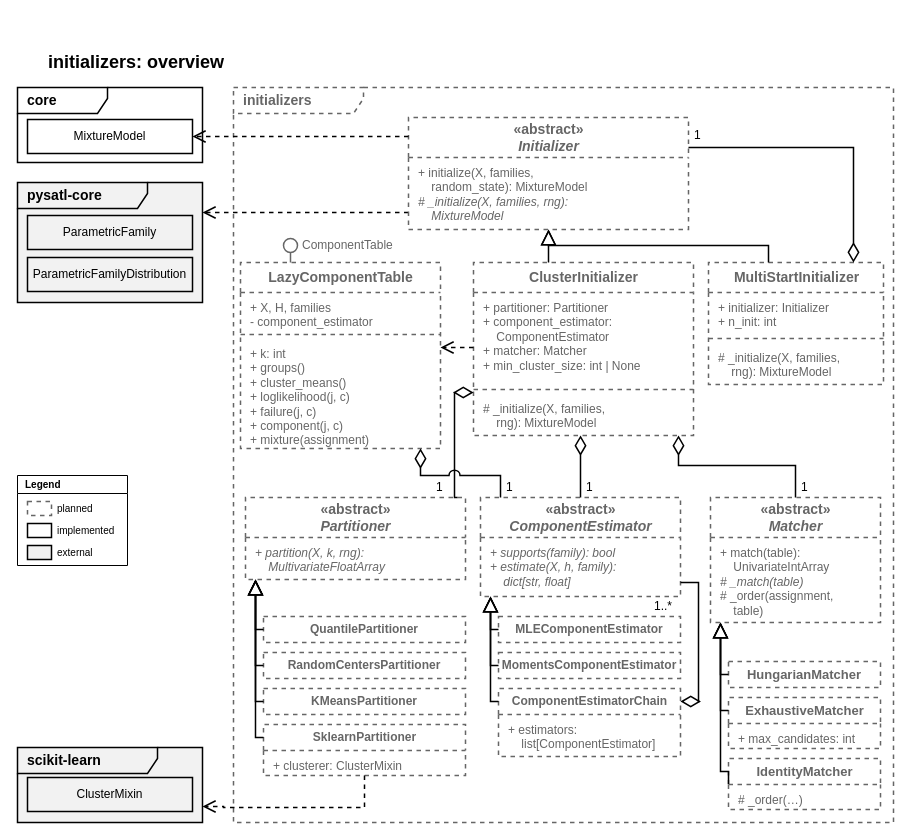
Earlier version of the draw.io diagram page "Overview" (1 of 8) of docs/source/design/modules/initializers/diagrams/initializers.drawio (PySATL/pysatl-mpest). Source tidied: cells renumbered, new cells numbered last; positions are measured from the earlier drawing's top-left corner, leaving out a move shared by most shapes. Both pictures are drawn from the tidied source at 100%, with x=0, y=0 at pixel (17, 47).
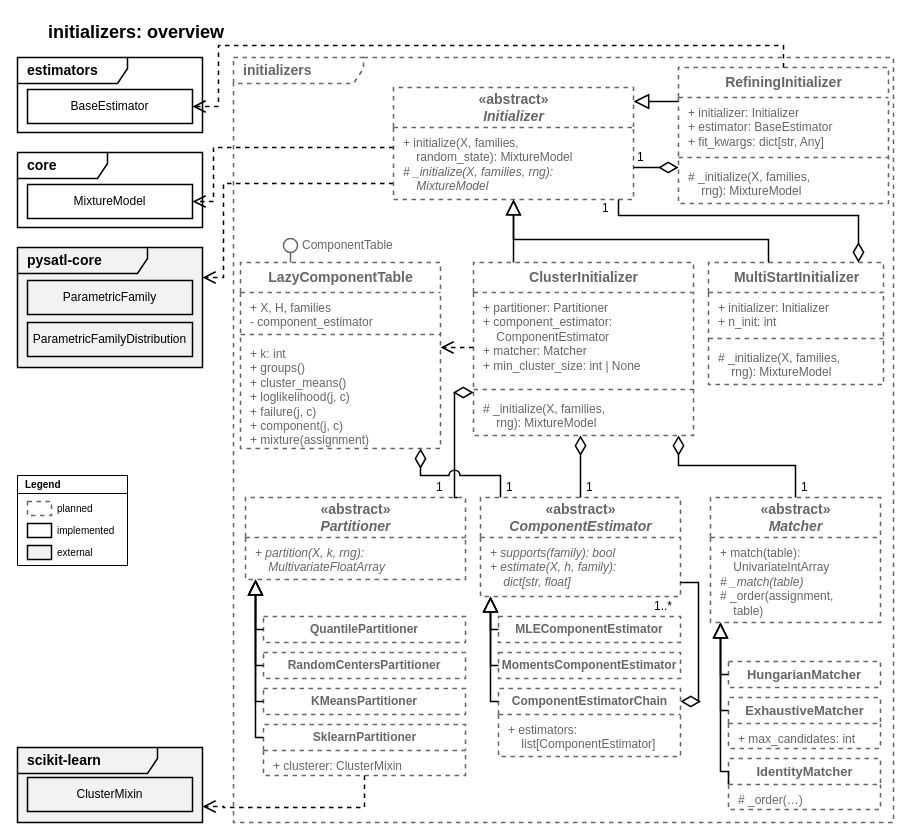
The same diagram, later.

Commit message (it also covers changes not shown here):
docs: add RefiningInitializer for multistart by the estimator result

Unchanged cells that the change refers to:
```xml
<mxCell id="13" value="ClusterInitializer" style="swimlane;fontStyle=1;align=center;verticalAlign=middle;startSize=30;horizontal=1;html=1;fillColor=#ffffff;swimlaneFillColor=#ffffff;strokeColor=#666666;strokeWidth=1.5;fontSize=14;fontFamily=Helvetica;fontColor=#666666;dashed=1;" parent="1" vertex="1">
  <mxGeometry x="456" y="215" width="220" height="173" as="geometry" />
</mxCell>
<mxCell id="18" value="MultiStartInitializer" style="swimlane;fontStyle=1;align=center;verticalAlign=middle;startSize=30;horizontal=1;html=1;fillColor=#ffffff;swimlaneFillColor=#ffffff;strokeColor=#666666;strokeWidth=1.5;fontSize=14;fontFamily=Helvetica;fontColor=#666666;dashed=1;" parent="1" vertex="1">
  <mxGeometry x="691" y="215" width="175" height="122" as="geometry" />
</mxCell>
```

Change to the diagram source:
```diff
@@
     <mxCell id="2" value="initializers: overview" style="text;html=1;align=left;verticalAlign=top;whiteSpace=wrap;spacing=0;fontSize=18;fontStyle=1;fontFamily=Helvetica;fontColor=#000000;" parent="1" vertex="1">
-      <mxGeometry x="31" width="400" height="24" as="geometry" />
+      <mxGeometry x="31" y="-30" width="400" height="24" as="geometry" />
     </mxCell>
     <mxCell id="3" value="core" style="shape=umlFrame;whiteSpace=wrap;html=1;width=90;height=26;boundedLbl=1;verticalAlign=middle;align=left;spacingLeft=8;strokeColor=#000000;strokeWidth=1.5;fontSize=14;fontStyle=1;fontFamily=Helvetica;fontColor=#000000;fillColor=#ffffff;" parent="1" vertex="1">
-      <mxGeometry y="40" width="185" height="75" as="geometry" />
+      <mxGeometry y="105" width="185" height="75" as="geometry" />
     </mxCell>
     <mxCell id="4" value="MixtureModel" style="rounded=0;whiteSpace=wrap;html=1;fillColor=#ffffff;strokeColor=#000000;strokeWidth=1.5;fontSize=12;fontFamily=Helvetica;fontColor=#000000;" parent="1" vertex="1">
-      <mxGeometry x="10" y="72" width="165" height="34" as="geometry" />
+      <mxGeometry x="10" y="137" width="165" height="34" as="geometry" />
     </mxCell>
     <mxCell id="5" value="pysatl-core" style="shape=umlFrame;whiteSpace=wrap;html=1;width=130;height=26;boundedLbl=1;verticalAlign=middle;align=left;spacingLeft=8;strokeColor=#000000;strokeWidth=1.5;fontSize=14;fontStyle=1;fontFamily=Helvetica;fontColor=#000000;fillColor=#F2F2F2;swimlaneFillColor=#F2F2F2;" parent="1" vertex="1">
-      <mxGeometry y="135" width="185" height="120" as="geometry" />
+      <mxGeometry y="200" width="185" height="120" as="geometry" />
     </mxCell>
     <mxCell id="6" value="ParametricFamily" style="rounded=0;whiteSpace=wrap;html=1;fillColor=#F2F2F2;strokeColor=#000000;strokeWidth=1.5;fontSize=12;fontFamily=Helvetica;fontColor=#000000;" parent="1" vertex="1">
-      <mxGeometry x="10" y="168" width="165" height="34" as="geometry" />
+      <mxGeometry x="10" y="233" width="165" height="34" as="geometry" />
     </mxCell>
     <mxCell id="7" value="ParametricFamilyDistribution" style="rounded=0;whiteSpace=wrap;html=1;fillColor=#F2F2F2;strokeColor=#000000;strokeWidth=1.5;fontSize=12;fontFamily=Helvetica;fontColor=#000000;" parent="1" vertex="1">
-      <mxGeometry x="10" y="210" width="165" height="34" as="geometry" />
+      <mxGeometry x="10" y="275" width="165" height="34" as="geometry" />
     </mxCell>
     <mxCell id="8" value="initializers" style="shape=umlFrame;whiteSpace=wrap;html=1;width=130;height=26;boundedLbl=1;verticalAlign=middle;align=left;spacingLeft=8;strokeColor=#666666;strokeWidth=1.5;fontSize=14;fontStyle=1;fontFamily=Helvetica;fontColor=#666666;dashed=1;fillColor=#ffffff;" parent="1" vertex="1">
-      <mxGeometry x="216" y="40" width="660" height="735" as="geometry" />
+      <mxGeometry x="216" y="10" width="660" height="765" as="geometry" />
     </mxCell>
-    <mxCell id="9" style="edgeStyle=orthogonalEdgeStyle;rounded=0;jettySize=auto;html=1;defaultLabelBackgroundColor=page;endSize=10;endArrow=open;endFill=0;strokeWidth=1.5;dashed=1;exitX=0;exitY=0.848;exitPerimeter=0;entryX=1;entryY=0.25;entryPerimeter=0;strokeColor=#000000;" parent="1" edge="1" source="10" target="5">
-      <mxGeometry relative="1" as="geometry" />
+    <mxCell id="9" style="edgeStyle=orthogonalEdgeStyle;rounded=0;jettySize=auto;html=1;defaultLabelBackgroundColor=page;endSize=10;endArrow=open;endFill=0;strokeWidth=1.5;dashed=1;exitX=0;exitY=0.8571;exitPerimeter=0;entryX=1;entryY=0.25;entryPerimeter=0;strokeColor=#000000;" parent="1" edge="1" source="10" target="5">
+      <mxGeometry relative="1" as="geometry">
+        <Array as="points">
+          <mxPoint x="206" y="136" />
+          <mxPoint x="206" y="230" />
+        </Array>
+      </mxGeometry>
     </mxCell>
     <mxCell id="10" value="«abstract»&lt;br&gt;&lt;i&gt;Initializer&lt;/i&gt;" style="swimlane;fontStyle=1;align=center;verticalAlign=middle;startSize=40;horizontal=1;html=1;fillColor=#ffffff;swimlaneFillColor=#ffffff;strokeColor=#666666;strokeWidth=1.5;fontSize=14;fontFamily=Helvetica;fontColor=#666666;dashed=1;" parent="1" vertex="1">
-      <mxGeometry x="391" y="70" width="280" height="112" as="geometry" />
+      <mxGeometry x="376" y="40" width="240" height="112" as="geometry" />
     </mxCell>
     <mxCell id="11" value="+ initialize(X, families,&lt;br&gt;&amp;nbsp;&amp;nbsp;&amp;nbsp;&amp;nbsp;random_state): MixtureModel&lt;br&gt;&lt;i&gt;# _initialize(X, families, rng):&lt;/i&gt;&lt;br&gt;&lt;i&gt;&amp;nbsp;&amp;nbsp;&amp;nbsp;&amp;nbsp;MixtureModel&lt;/i&gt;" style="text;html=1;align=left;verticalAlign=top;spacingLeft=8;spacingTop=2;whiteSpace=wrap;fontSize=12;fontFamily=Helvetica;fontColor=#666666;" parent="10" vertex="1">
-      <mxGeometry y="40" width="280" height="72" as="geometry" />
+      <mxGeometry y="40" width="240" height="72" as="geometry" />
     </mxCell>
-    <mxCell id="12" style="html=1;rounded=0;strokeColor=#000000;strokeWidth=1.5;fontSize=12;fontFamily=Helvetica;fontColor=#000000;labelBackgroundColor=#ffffff;endArrow=open;endFill=0;endSize=10;dashed=1;exitX=0.0;exitY=0.1696;exitPerimeter=0;entryX=1.0;entryY=0.5;entryPerimeter=0;" parent="1" edge="1" source="10" target="4">
-      <mxGeometry relative="1" as="geometry" />
+    <mxCell id="12" style="edgeStyle=orthogonalEdgeStyle;html=1;rounded=0;strokeColor=#000000;strokeWidth=1.5;fontSize=12;fontFamily=Helvetica;fontColor=#000000;labelBackgroundColor=#ffffff;endArrow=open;endFill=0;endSize=10;dashed=1;exitX=0.0;exitY=0.5357;exitPerimeter=0;entryX=1.0;entryY=0.5;entryPerimeter=0;" parent="1" edge="1" source="10" target="4">
+      <mxGeometry relative="1" as="geometry">
+        <Array as="points">
+          <mxPoint x="196" y="100" />
+          <mxPoint x="196" y="154" />
+        </Array>
+      </mxGeometry>
     </mxCell>
@@
-    <mxCell id="17" style="html=1;rounded=0;strokeColor=#000000;strokeWidth=1.5;fontSize=12;fontFamily=Helvetica;fontColor=#000000;labelBackgroundColor=#ffffff;endArrow=block;endFill=0;endSize=12;exitX=0.3409;exitY=0.0;exitPerimeter=0;entryX=0.5;entryY=1.0;entryPerimeter=0;" parent="1" edge="1" source="13" target="10">
+    <mxCell id="17" style="html=1;rounded=0;strokeColor=#000000;strokeWidth=1.5;fontSize=12;fontFamily=Helvetica;fontColor=#000000;labelBackgroundColor=#ffffff;endArrow=block;endFill=0;endSize=12;exitX=0.1818;exitY=0.0;exitPerimeter=0;entryX=0.5;entryY=1.0;entryPerimeter=0;" parent="1" edge="1" source="13" target="10">
       <mxGeometry relative="1" as="geometry" />
     </mxCell>
@@
     <mxCell id="22" style="edgeStyle=orthogonalEdgeStyle;rounded=0;html=1;strokeColor=#000000;strokeWidth=1.5;fontSize=12;fontFamily=Helvetica;fontColor=#000000;labelBackgroundColor=#ffffff;endArrow=block;endFill=0;endSize=12;exitX=0.3429;exitY=0.0;exitPerimeter=0;entryX=0.5;entryY=1.0;entryPerimeter=0;" parent="1" edge="1" source="18" target="10">
       <mxGeometry relative="1" as="geometry">
         <Array as="points">
-          <mxPoint x="751" y="198" />
-          <mxPoint x="531" y="198" />
+          <mxPoint x="751" y="192" />
+          <mxPoint x="496" y="192" />
         </Array>
       </mxGeometry>
     </mxCell>
-    <mxCell id="23" style="edgeStyle=orthogonalEdgeStyle;rounded=0;html=1;strokeColor=#000000;strokeWidth=1.5;fontSize=12;fontFamily=Helvetica;fontColor=#000000;labelBackgroundColor=#ffffff;startArrow=diamondThin;startFill=0;startSize=16;endArrow=none;exitX=0.8286;exitY=0.0;exitPerimeter=0;entryX=1.0;entryY=0.2679;entryPerimeter=0;" parent="1" edge="1" source="18" target="10">
+    <mxCell id="23" style="edgeStyle=orthogonalEdgeStyle;rounded=0;html=1;strokeColor=#000000;strokeWidth=1.5;fontSize=12;fontFamily=Helvetica;fontColor=#000000;labelBackgroundColor=#ffffff;startArrow=diamondThin;startFill=0;startSize=16;endArrow=none;exitX=0.8571;exitY=0.0;exitPerimeter=0;entryX=0.9375;entryY=1.0;entryPerimeter=0;" parent="1" edge="1" source="18" target="10">
       <mxGeometry relative="1" as="geometry">
         <Array as="points">
-          <mxPoint x="836" y="100" />
+          <mxPoint x="841" y="168" />
+          <mxPoint x="601" y="168" />
         </Array>
       </mxGeometry>
     </mxCell>
     <mxCell id="24" value="1" style="text;html=1;align=left;verticalAlign=middle;spacing=0;fontSize=12;fontFamily=Helvetica;fontColor=#000000;" parent="1" vertex="1">
-      <mxGeometry x="677" y="80" width="14" height="16" as="geometry" />
+      <mxGeometry x="585" y="153" width="14" height="16" as="geometry" />
     </mxCell>
@@
+    <mxCell id="83" value="estimators" style="shape=umlFrame;whiteSpace=wrap;html=1;width=110;height=26;boundedLbl=1;verticalAlign=middle;align=left;spacingLeft=8;strokeColor=#000000;strokeWidth=1.5;fontSize=14;fontStyle=1;fontFamily=Helvetica;fontColor=#000000;fillColor=#ffffff;" parent="1" vertex="1">
+      <mxGeometry y="10" width="185" height="75" as="geometry" />
+    </mxCell>
+    <mxCell id="84" value="BaseEstimator" style="rounded=0;whiteSpace=wrap;html=1;fillColor=#ffffff;strokeColor=#000000;strokeWidth=1.5;fontSize=12;fontFamily=Helvetica;fontColor=#000000;" parent="1" vertex="1">
+      <mxGeometry x="10" y="42" width="165" height="34" as="geometry" />
+    </mxCell>
+    <mxCell id="85" value="RefiningInitializer" style="swimlane;fontStyle=1;align=center;verticalAlign=middle;startSize=30;horizontal=1;html=1;fillColor=#ffffff;swimlaneFillColor=#ffffff;strokeColor=#666666;strokeWidth=1.5;fontSize=14;fontFamily=Helvetica;fontColor=#666666;dashed=1;" parent="1" vertex="1">
+      <mxGeometry x="661" y="20" width="210" height="136" as="geometry" />
+    </mxCell>
+    <mxCell id="86" value="+ initializer: Initializer&lt;br&gt;+ estimator: BaseEstimator&lt;br&gt;+ fit_kwargs: dict[str, Any]" style="text;html=1;align=left;verticalAlign=top;spacingLeft=8;spacingTop=2;whiteSpace=wrap;fontSize=12;fontFamily=Helvetica;fontColor=#666666;" parent="85" vertex="1">
+      <mxGeometry y="30" width="210" height="56" as="geometry" />
+    </mxCell>
+    <mxCell id="87" style="line;html=1;strokeWidth=1.5;strokeColor=#666666;fillColor=none;dashed=1;" parent="85" vertex="1">
+      <mxGeometry y="86" width="210" height="8" as="geometry" />
+    </mxCell>
+    <mxCell id="88" value="# _initialize(X, families,&lt;br&gt;&amp;nbsp;&amp;nbsp;&amp;nbsp;&amp;nbsp;rng): MixtureModel" style="text;html=1;align=left;verticalAlign=top;spacingLeft=8;spacingTop=2;whiteSpace=wrap;fontSize=12;fontFamily=Helvetica;fontColor=#666666;" parent="85" vertex="1">
+      <mxGeometry y="94" width="210" height="42" as="geometry" />
+    </mxCell>
+    <mxCell id="89" style="rounded=0;html=1;strokeColor=#000000;strokeWidth=1.5;fontSize=12;fontFamily=Helvetica;fontColor=#000000;labelBackgroundColor=#ffffff;endArrow=block;endFill=0;endSize=12;exitX=0;exitY=0.25;exitPerimeter=0;entryX=1;entryY=0.125;entryPerimeter=0;" parent="1" edge="1" source="85" target="10">
+      <mxGeometry relative="1" as="geometry" />
+    </mxCell>
+    <mxCell id="90" style="rounded=0;html=1;strokeColor=#000000;strokeWidth=1.5;fontSize=12;fontFamily=Helvetica;fontColor=#000000;labelBackgroundColor=#ffffff;startArrow=diamondThin;startFill=0;startSize=16;endArrow=none;exitX=0;exitY=0.7353;exitPerimeter=0;entryX=1;entryY=0.7143;entryPerimeter=0;" parent="1" edge="1" source="85" target="10">
+      <mxGeometry relative="1" as="geometry" />
+    </mxCell>
+    <mxCell id="91" value="1" style="text;html=1;align=left;verticalAlign=middle;spacing=0;fontSize=12;fontFamily=Helvetica;fontColor=#000000;" parent="1" vertex="1">
+      <mxGeometry x="620" y="102" width="14" height="16" as="geometry" />
+    </mxCell>
+    <mxCell id="92" style="edgeStyle=orthogonalEdgeStyle;rounded=0;html=1;strokeColor=#000000;strokeWidth=1.5;fontSize=12;fontFamily=Helvetica;fontColor=#000000;labelBackgroundColor=#ffffff;endArrow=open;endFill=0;endSize=10;dashed=1;exitX=0.5;exitY=0;exitPerimeter=0;entryX=1;entryY=0.5;entryPerimeter=0;" parent="1" edge="1" source="85" target="84">
+      <mxGeometry relative="1" as="geometry">
+        <Array as="points">
+          <mxPoint x="766" y="-2" />
+          <mxPoint x="201" y="-2" />
+          <mxPoint x="201" y="59" />
+        </Array>
+      </mxGeometry>
+    </mxCell>
```
